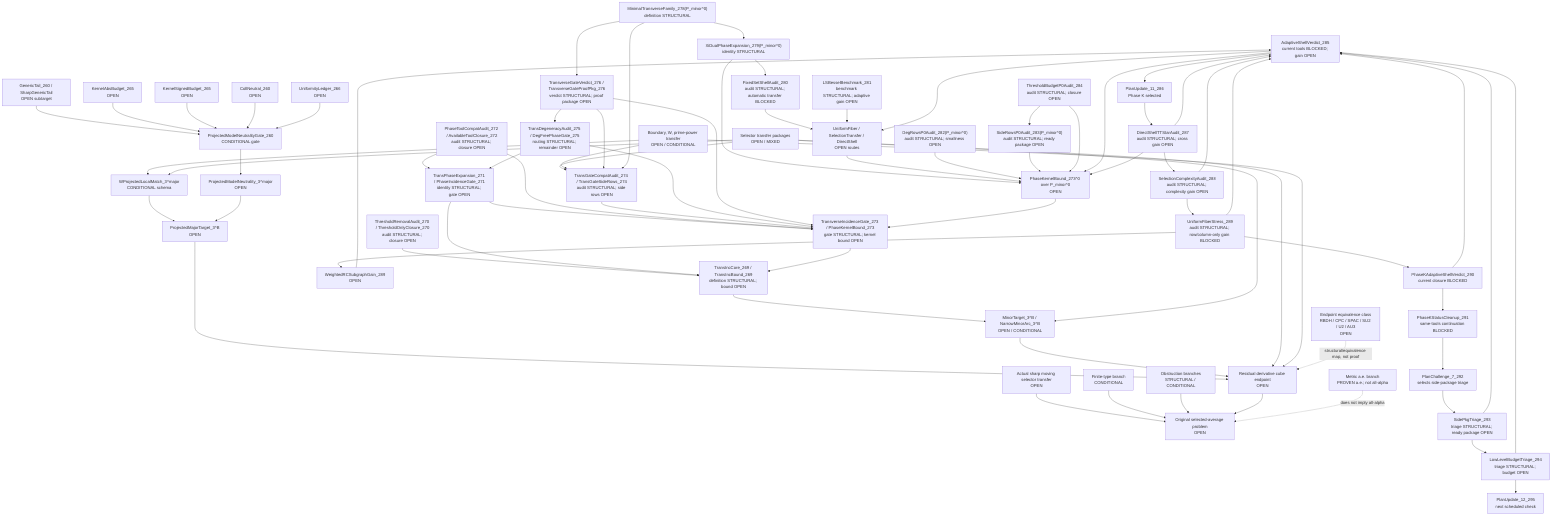
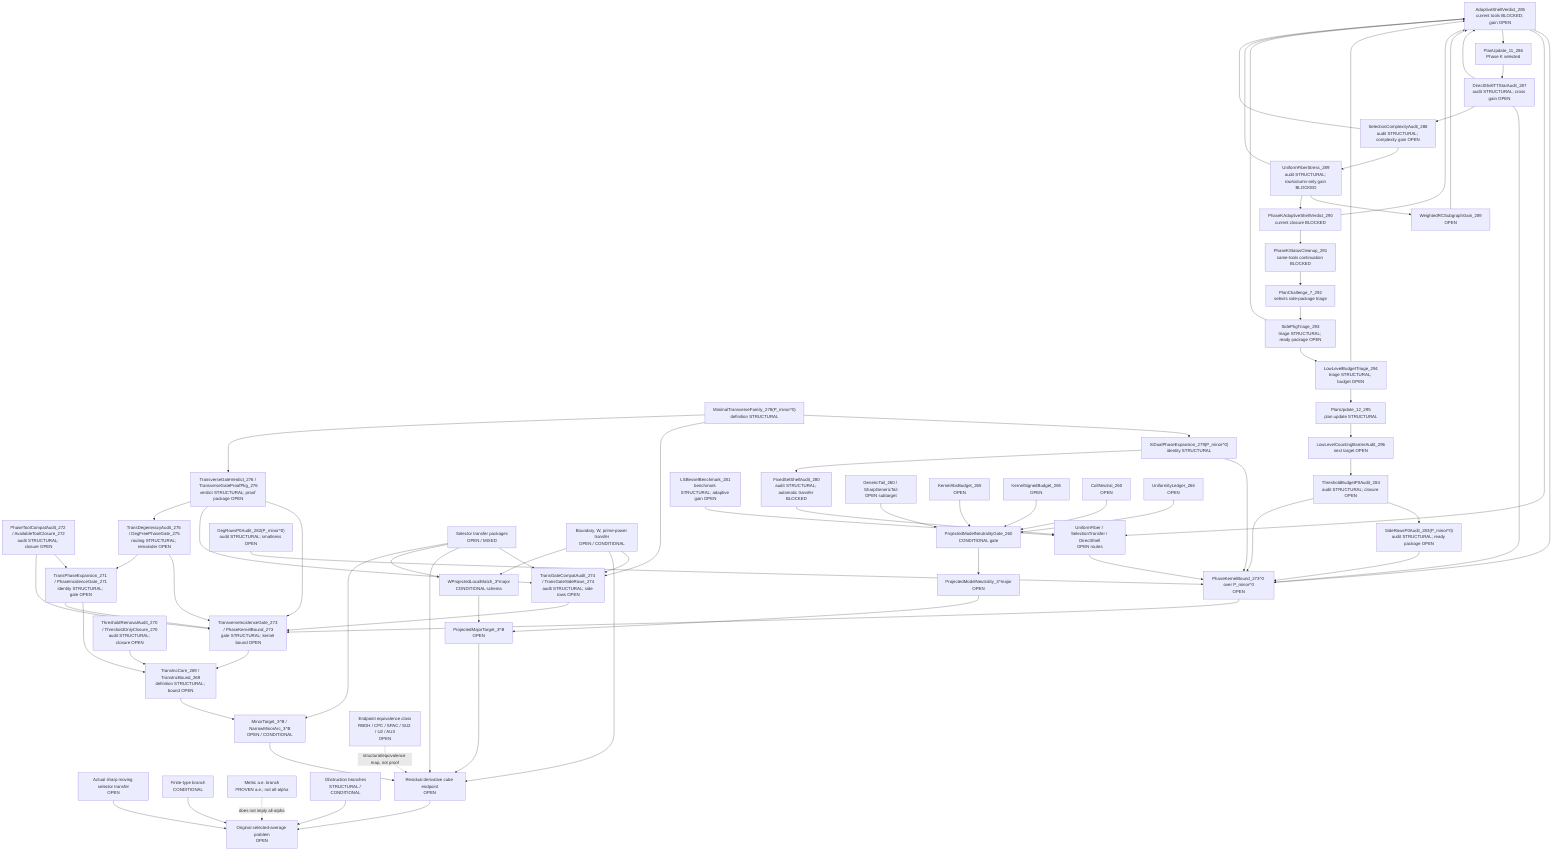
flowchart TD
  Original["Original selected-average problem<br/>OPEN"]
  SharpSel["Actual sharp moving selector transfer<br/>OPEN"]
  FiniteType["Finite-type branch<br/>CONDITIONAL"]
  Metric["Metric a.e. branch<br/>PROVEN a.e.; not all-alpha"]
  Obstruction["Obstruction branches<br/>STRUCTURAL / CONDITIONAL"]

  ResCube["Residual derivative cube endpoint<br/>OPEN"]
  MajorTarget["ProjectedMajorTarget_3^B<br/>OPEN"]
  MinorTarget["MinorTarget_3^B / NarrowMinorArc_3^B<br/>OPEN / CONDITIONAL"]
  TransInc["TransIncCore_269 / TransIncBound_269<br/>definition STRUCTURAL; bound OPEN"]
  ThresholdAudit["ThresholdRemovalAudit_270 / ThresholdOnlyClosure_270<br/>audit STRUCTURAL; closure OPEN"]
  PhaseExpansion["TransPhaseExpansion_271 / PhaseIncidenceGate_271<br/>identity STRUCTURAL; gate OPEN"]
  ToolCompat["PhaseToolCompatAudit_272 / AvailableToolClosure_272<br/>audit STRUCTURAL; closure OPEN"]
  TransGate["TransverseIncidenceGate_273 / PhaseKernelBound_273<br/>gate STRUCTURAL; kernel bound OPEN"]
  TransGateCompat["TransGateCompatAudit_274 / TransGateSideRows_274<br/>audit STRUCTURAL; side rows OPEN"]
  DegAudit["TransDegeneracyAudit_275 / DegFreePhaseGate_275<br/>routing STRUCTURAL; remainder OPEN"]
  TransVerdict["TransverseGateVerdict_276 / TransverseGateProofPkg_276<br/>verdict STRUCTURAL; proof package OPEN"]
  MinTransFamily["MinimalTransverseFamily_278(P_minor^0)<br/>definition STRUCTURAL"]
  XiExpansion["XiDualPhaseExpansion_279(P_minor^0)<br/>identity STRUCTURAL"]
  FixedShellAudit["FixedSetShellAudit_280<br/>audit STRUCTURAL; automatic transfer BLOCKED"]
  FixedShellTransfer["UniformFiber / SelectionTransfer / DirectShell<br/>OPEN routes"]
  LSBesselBench["LSBesselBenchmark_281<br/>benchmark STRUCTURAL; adaptive gain OPEN"]
  DegRowsP0["DegRowsP0Audit_282(P_minor^0)<br/>audit STRUCTURAL; smallness OPEN"]
  SideRowsP0["SideRowsP0Audit_283(P_minor^0)<br/>audit STRUCTURAL; ready package OPEN"]
  ThresholdP0["ThresholdBudgetP0Audit_284<br/>audit STRUCTURAL; closure OPEN"]
  AdaptiveShellP0["AdaptiveShellVerdict_285<br/>current tools BLOCKED; gain OPEN"]
  PlanUpdate11["PlanUpdate_11_286<br/>Phase K selected"]
  DirectTTStar["DirectShellTTStarAudit_287<br/>audit STRUCTURAL; cross gain OPEN"]
  SelectionComplexity["SelectionComplexityAudit_288<br/>audit STRUCTURAL; complexity gain OPEN"]
  UniformFiberStress["UniformFiberStress_289<br/>audit STRUCTURAL; row/column-only gain BLOCKED"]
  WeightedRCSubgraph["WeightedRCSubgraphGain_289<br/>OPEN"]
  AdaptiveVerdict290["PhaseKAdaptiveShellVerdict_290<br/>current closure BLOCKED"]
  PhaseKCleanup291["PhaseKStatusCleanup_291<br/>same-tools continuation BLOCKED"]
  PlanChallenge7["PlanChallenge_7_292<br/>selects side-package triage"]
  SidePkgTriage293["SidePkgTriage_293<br/>triage STRUCTURAL; ready package OPEN"]
  LowLevelTriage294["LowLevelBudgetTriage_294<br/>triage STRUCTURAL; budget OPEN"]
-   PlanUpdate12["PlanUpdate_12_295<br/>next scheduled check"]
+   PlanUpdate12["PlanUpdate_12_295<br/>plan update STRUCTURAL"]
+   LowLevelBarrier296["LowLevelCountingBarrierAudit_296<br/>next target OPEN"]
  PhaseKernel0["PhaseKernelBound_273^0 over P_minor^0<br/>OPEN"]
  SelectorTransfer["Selector transfer packages<br/>OPEN / MIXED"]
  BoundaryTransfer["Boundary, W, prime-power transfer<br/>OPEN / CONDITIONAL"]

  WLocal["WProjectedLocalMatch_3^major<br/>CONDITIONAL schema"]
  ModelNeutral["ProjectedModelNeutrality_3^major<br/>OPEN"]
  PMNGate["ProjectedModelNeutralityGate_260<br/>CONDITIONAL gate"]
  GenericTail["GenericTail_260 / SharpGenericTail<br/>OPEN subtarget"]
  KernelAbs["KernelAbsBudget_265<br/>OPEN"]
  KernelSigned["KernelSignedBudget_265<br/>OPEN"]
  CollNeutral["CollNeutral_260<br/>OPEN"]
  Uniformity["UniformityLedger_266<br/>OPEN"]

  EndpointClass["Endpoint equivalence class<br/>RBDH / CPC / SPAC / SU2 / U2 / AU3<br/>OPEN"]

  SharpSel --> Original
  FiniteType --> Original
  Obstruction --> Original
  ResCube --> Original
  Metric -. "does not imply all-alpha" .-> Original

  MajorTarget --> ResCube
  MinorTarget --> ResCube
  TransInc --> MinorTarget
  ThresholdAudit --> TransInc
  PhaseExpansion --> TransInc
  ToolCompat --> PhaseExpansion
  TransGate --> TransInc
  PhaseExpansion --> TransGate
  ToolCompat --> TransGate
  TransGateCompat --> TransGate
  SelectorTransfer --> TransGateCompat
  BoundaryTransfer --> TransGateCompat
  DegAudit --> TransGate
  DegAudit --> PhaseExpansion
  TransVerdict --> TransGate
  TransVerdict --> TransGateCompat
  TransVerdict --> DegAudit
  PhaseKernel0 --> TransGate
  MinTransFamily --> XiExpansion
  XiExpansion --> PhaseKernel0
  XiExpansion --> FixedShellAudit
  FixedShellAudit --> FixedShellTransfer
  FixedShellTransfer --> PhaseKernel0
  LSBesselBench --> FixedShellTransfer
  DegRowsP0 --> PhaseKernel0
  SideRowsP0 --> PhaseKernel0
  ThresholdP0 --> SideRowsP0
  ThresholdP0 --> PhaseKernel0
  AdaptiveShellP0 --> PhaseKernel0
  AdaptiveShellP0 --> FixedShellTransfer
  AdaptiveShellP0 --> PlanUpdate11
  PlanUpdate11 --> DirectTTStar
  DirectTTStar --> AdaptiveShellP0
  DirectTTStar --> PhaseKernel0
  DirectTTStar --> SelectionComplexity
  SelectionComplexity --> UniformFiberStress
  SelectionComplexity --> AdaptiveShellP0
  UniformFiberStress --> WeightedRCSubgraph
  WeightedRCSubgraph --> AdaptiveShellP0
  UniformFiberStress --> AdaptiveVerdict290
  UniformFiberStress --> AdaptiveShellP0
  AdaptiveVerdict290 --> AdaptiveShellP0
  AdaptiveVerdict290 --> PhaseKCleanup291
  PhaseKCleanup291 --> PlanChallenge7
  PlanChallenge7 --> SidePkgTriage293
  SidePkgTriage293 --> LowLevelTriage294
  SidePkgTriage293 --> AdaptiveShellP0
  LowLevelTriage294 --> AdaptiveShellP0
  LowLevelTriage294 --> PlanUpdate12
+   PlanUpdate12 --> LowLevelBarrier296
+   LowLevelBarrier296 --> ThresholdP0
  MinTransFamily --> TransGateCompat
  MinTransFamily --> TransVerdict
  SelectorTransfer --> ResCube
  BoundaryTransfer --> ResCube
  EndpointClass -. "structural/equivalence map, not proof" .-> ResCube

  WLocal --> MajorTarget
  ModelNeutral --> MajorTarget

  PMNGate --> ModelNeutral
  GenericTail --> PMNGate
  KernelAbs --> PMNGate
  KernelSigned --> PMNGate
  CollNeutral --> PMNGate
  Uniformity --> PMNGate

  BoundaryTransfer --> WLocal
  SelectorTransfer --> WLocal
  SelectorTransfer --> MinorTarget
